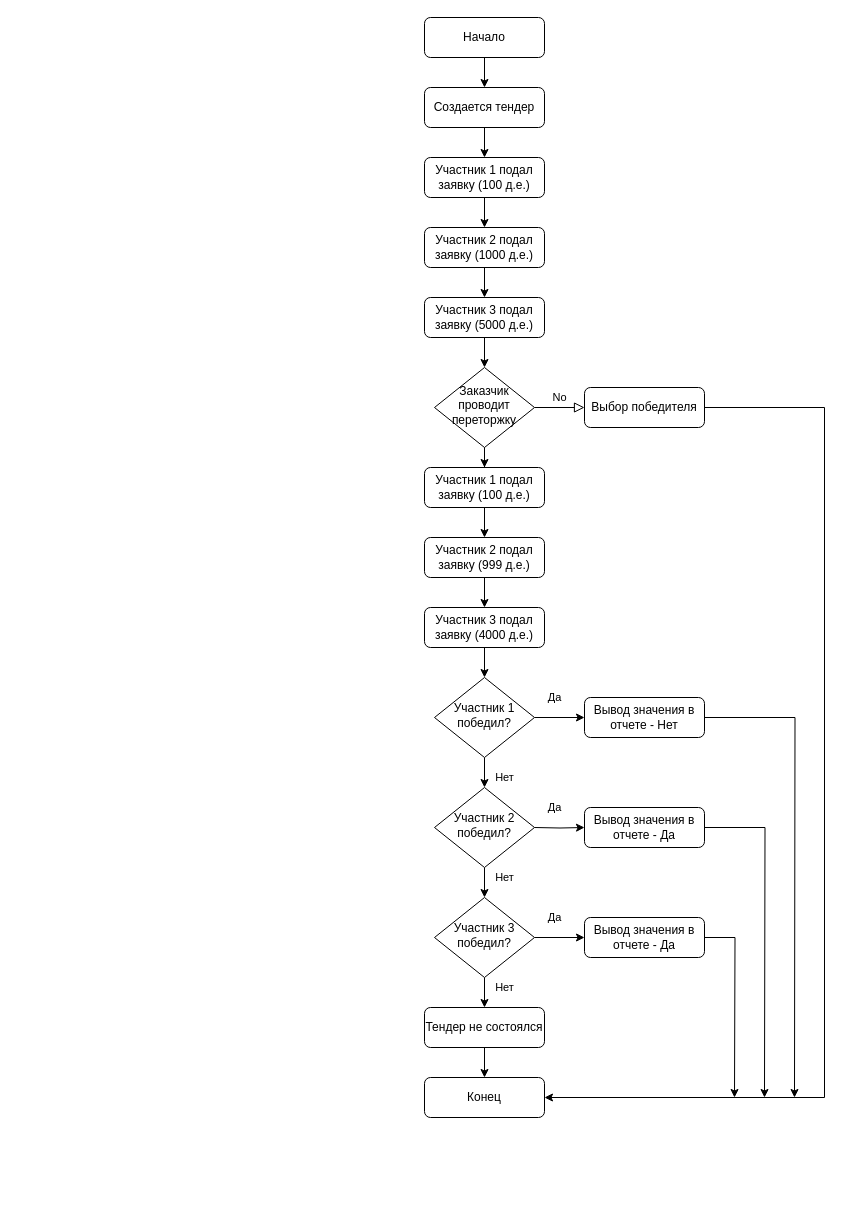
The draw.io diagram Отчет с не наименьшей ценой.drawio in ru1svasin/ru1svasin, before the edit. Source tidied: cells renumbered, new cells numbered last; positions are measured from the earlier drawing's top-left corner, leaving out a move shared by most shapes. Both pictures are drawn from the tidied source at 100%, with x=0, y=0 at pixel (424, 17).
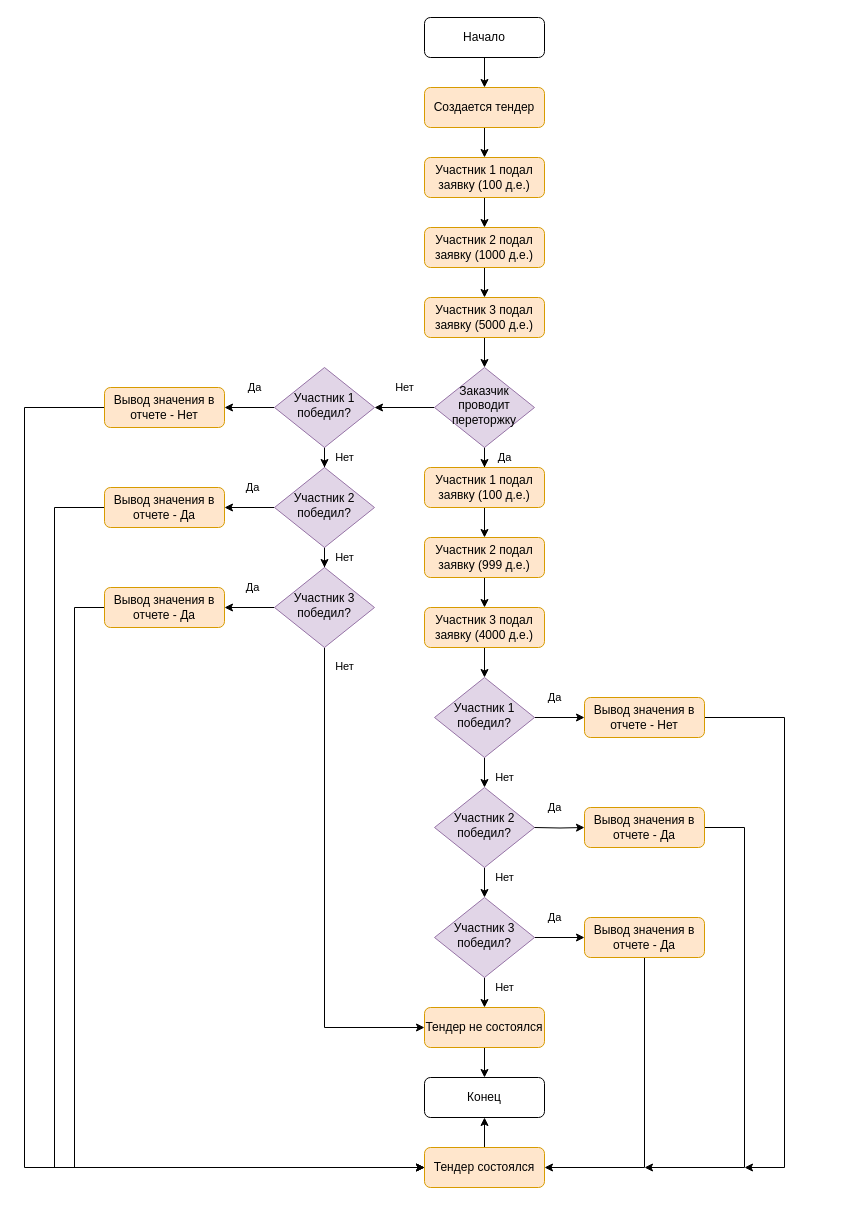
Above is the later version.

Commit message:
Обновление Отчет победитель с не наименьшей ценой.drawio

Unchanged cells that the change refers to:
```xml
<mxCell id="12" value="Конец" style="rounded=1;whiteSpace=wrap;html=1;fontSize=12;glass=0;strokeWidth=1;shadow=0;" parent="1" vertex="1">
  <mxGeometry y="1060" width="120" height="40" as="geometry" />
</mxCell>
```

Change to the diagram source:
```diff
@@
-    <mxCell id="4" value="No" style="edgeStyle=orthogonalEdgeStyle;rounded=0;html=1;jettySize=auto;fontSize=11;endArrow=block;endFill=0;endSize=8;strokeWidth=1;shadow=0;labelBackgroundColor=none;" parent="1" edge="1" source="6" target="8">
-      <mxGeometry y="10" relative="1" as="geometry" />
-    </mxCell>
-    <mxCell id="5" style="edgeStyle=orthogonalEdgeStyle;rounded=0;jettySize=auto;html=1;entryX=0.5;entryY=0;entryDx=0;entryDy=0;" parent="1" edge="1" source="6" target="24">
-      <mxGeometry relative="1" as="geometry" />
+    <mxCell id="5" value="Да" style="edgeStyle=orthogonalEdgeStyle;rounded=0;jettySize=auto;html=1;entryX=0.5;entryY=0;entryDx=0;entryDy=0;" parent="1" edge="1" source="6" target="24">
+      <mxGeometry x="0.67" y="20" relative="1" as="geometry" />
     </mxCell>
+    <mxCell id="41" value="Нет" style="edgeStyle=orthogonalEdgeStyle;rounded=0;jettySize=auto;html=1;entryX=1;entryY=0.5;entryDx=0;entryDy=0;" parent="1" edge="1" source="6" target="46">
+      <mxGeometry y="-20" relative="1" as="geometry" />
+    </mxCell>
-    <mxCell id="6" value="Заказчик проводит переторжку" style="rhombus;whiteSpace=wrap;html=1;shadow=0;fontFamily=Helvetica;fontSize=12;align=center;strokeWidth=1;spacing=6;spacingTop=-4;" parent="1" vertex="1">
+    <mxCell id="6" value="Заказчик проводит переторжку" style="rhombus;whiteSpace=wrap;html=1;shadow=0;fontFamily=Helvetica;fontSize=12;align=center;strokeWidth=1;spacing=6;spacingTop=-4;fillColor=#e1d5e7;strokeColor=#9673a6;" parent="1" vertex="1">
       <mxGeometry x="10" y="350" width="100" height="80" as="geometry" />
     </mxCell>
-    <mxCell id="7" style="edgeStyle=orthogonalEdgeStyle;rounded=0;jettySize=auto;html=1;entryX=1;entryY=0.5;entryDx=0;entryDy=0;" parent="1" edge="1" source="8" target="12">
-      <mxGeometry relative="1" as="geometry">
-        <Array as="points">
-          <mxPoint x="400" y="390" />
-          <mxPoint x="400" y="1080" />
-        </Array>
-      </mxGeometry>
-    </mxCell>
-    <mxCell id="8" value="Выбор победителя" style="rounded=1;whiteSpace=wrap;html=1;fontSize=12;glass=0;strokeWidth=1;shadow=0;" parent="1" vertex="1">
-      <mxGeometry x="160" y="370" width="120" height="40" as="geometry" />
-    </mxCell>
@@
-    <mxCell id="11" value="Участник 3 победил?" style="rhombus;whiteSpace=wrap;html=1;shadow=0;fontFamily=Helvetica;fontSize=12;align=center;strokeWidth=1;spacing=6;spacingTop=-4;" parent="1" vertex="1">
+    <mxCell id="11" value="Участник 3 победил?" style="rhombus;whiteSpace=wrap;html=1;shadow=0;fontFamily=Helvetica;fontSize=12;align=center;strokeWidth=1;spacing=6;spacingTop=-4;fillColor=#e1d5e7;strokeColor=#9673a6;" parent="1" vertex="1">
       <mxGeometry x="10" y="880" width="100" height="80" as="geometry" />
     </mxCell>
@@
-    <mxCell id="13" style="edgeStyle=orthogonalEdgeStyle;rounded=0;jettySize=auto;html=1;" parent="1" edge="1" source="14">
+    <mxCell id="13" style="edgeStyle=orthogonalEdgeStyle;rounded=0;jettySize=auto;html=1;entryX=1;entryY=0.5;entryDx=0;entryDy=0;" parent="1" edge="1" source="14" target="43">
       <mxGeometry relative="1" as="geometry">
-        <mxPoint x="310" y="1080" as="targetPoint" />
+        <Array as="points">
+          <mxPoint x="220" y="1150" />
+        </Array>
       </mxGeometry>
     </mxCell>
-    <mxCell id="14" value="Вывод значения в отчете - Да" style="rounded=1;whiteSpace=wrap;html=1;fontSize=12;glass=0;strokeWidth=1;shadow=0;" parent="1" vertex="1">
+    <mxCell id="14" value="Вывод значения в отчете - Да" style="rounded=1;whiteSpace=wrap;html=1;fontSize=12;glass=0;strokeWidth=1;shadow=0;fillColor=#ffe6cc;strokeColor=#d79b00;" parent="1" vertex="1">
       <mxGeometry x="160" y="900" width="120" height="40" as="geometry" />
     </mxCell>
@@
-    <mxCell id="16" value="Создается тендер" style="rounded=1;whiteSpace=wrap;html=1;fontSize=12;glass=0;strokeWidth=1;shadow=0;" parent="1" vertex="1">
+    <mxCell id="16" value="Создается тендер" style="rounded=1;whiteSpace=wrap;html=1;fontSize=12;glass=0;strokeWidth=1;shadow=0;fillColor=#ffe6cc;strokeColor=#d79b00;" parent="1" vertex="1">
       <mxGeometry y="70" width="120" height="40" as="geometry" />
     </mxCell>
@@
-    <mxCell id="18" value="Участник 1 подал заявку (100 д.е.)" style="rounded=1;whiteSpace=wrap;html=1;fontSize=12;glass=0;strokeWidth=1;shadow=0;" parent="1" vertex="1">
+    <mxCell id="18" value="Участник 1 подал заявку (100 д.е.)" style="rounded=1;whiteSpace=wrap;html=1;fontSize=12;glass=0;strokeWidth=1;shadow=0;fillColor=#ffe6cc;strokeColor=#d79b00;" parent="1" vertex="1">
       <mxGeometry y="140" width="120" height="40" as="geometry" />
     </mxCell>
@@
-    <mxCell id="20" value="Участник 2 подал заявку (1000 д.е.)" style="rounded=1;whiteSpace=wrap;html=1;fontSize=12;glass=0;strokeWidth=1;shadow=0;" parent="1" vertex="1">
+    <mxCell id="20" value="Участник 2 подал заявку (1000 д.е.)" style="rounded=1;whiteSpace=wrap;html=1;fontSize=12;glass=0;strokeWidth=1;shadow=0;fillColor=#ffe6cc;strokeColor=#d79b00;" parent="1" vertex="1">
       <mxGeometry y="210" width="120" height="40" as="geometry" />
     </mxCell>
@@
-    <mxCell id="22" value="Участник 3 подал заявку (5000 д.е.)" style="rounded=1;whiteSpace=wrap;html=1;fontSize=12;glass=0;strokeWidth=1;shadow=0;" parent="1" vertex="1">
+    <mxCell id="22" value="Участник 3 подал заявку (5000 д.е.)" style="rounded=1;whiteSpace=wrap;html=1;fontSize=12;glass=0;strokeWidth=1;shadow=0;fillColor=#ffe6cc;strokeColor=#d79b00;" parent="1" vertex="1">
       <mxGeometry y="280" width="120" height="40" as="geometry" />
     </mxCell>
@@
-    <mxCell id="24" value="Участник 1 подал заявку (100 д.е.)" style="rounded=1;whiteSpace=wrap;html=1;fontSize=12;glass=0;strokeWidth=1;shadow=0;" parent="1" vertex="1">
+    <mxCell id="24" value="Участник 1 подал заявку (100 д.е.)" style="rounded=1;whiteSpace=wrap;html=1;fontSize=12;glass=0;strokeWidth=1;shadow=0;fillColor=#ffe6cc;strokeColor=#d79b00;" parent="1" vertex="1">
       <mxGeometry y="450" width="120" height="40" as="geometry" />
     </mxCell>
@@
-    <mxCell id="26" value="Участник 2 подал заявку (999 д.е.)" style="rounded=1;whiteSpace=wrap;html=1;fontSize=12;glass=0;strokeWidth=1;shadow=0;" parent="1" vertex="1">
+    <mxCell id="26" value="Участник 2 подал заявку (999 д.е.)" style="rounded=1;whiteSpace=wrap;html=1;fontSize=12;glass=0;strokeWidth=1;shadow=0;fillColor=#ffe6cc;strokeColor=#d79b00;" parent="1" vertex="1">
       <mxGeometry y="520" width="120" height="40" as="geometry" />
     </mxCell>
@@
-    <mxCell id="28" value="Участник 3 подал заявку (4000 д.е.)" style="rounded=1;whiteSpace=wrap;html=1;fontSize=12;glass=0;strokeWidth=1;shadow=0;" parent="1" vertex="1">
+    <mxCell id="28" value="Участник 3 подал заявку (4000 д.е.)" style="rounded=1;whiteSpace=wrap;html=1;fontSize=12;glass=0;strokeWidth=1;shadow=0;fillColor=#ffe6cc;strokeColor=#d79b00;" parent="1" vertex="1">
       <mxGeometry y="590" width="120" height="40" as="geometry" />
     </mxCell>
@@
-    <mxCell id="31" value="Участник 1 победил?" style="rhombus;whiteSpace=wrap;html=1;shadow=0;fontFamily=Helvetica;fontSize=12;align=center;strokeWidth=1;spacing=6;spacingTop=-4;" parent="1" vertex="1">
+    <mxCell id="31" value="Участник 1 победил?" style="rhombus;whiteSpace=wrap;html=1;shadow=0;fontFamily=Helvetica;fontSize=12;align=center;strokeWidth=1;spacing=6;spacingTop=-4;fillColor=#e1d5e7;strokeColor=#9673a6;" parent="1" vertex="1">
       <mxGeometry x="10" y="660" width="100" height="80" as="geometry" />
     </mxCell>
@@
-    <mxCell id="33" value="Участник 2 победил?" style="rhombus;whiteSpace=wrap;html=1;shadow=0;fontFamily=Helvetica;fontSize=12;align=center;strokeWidth=1;spacing=6;spacingTop=-4;" parent="1" vertex="1">
+    <mxCell id="33" value="Участник 2 победил?" style="rhombus;whiteSpace=wrap;html=1;shadow=0;fontFamily=Helvetica;fontSize=12;align=center;strokeWidth=1;spacing=6;spacingTop=-4;fillColor=#e1d5e7;strokeColor=#9673a6;" parent="1" vertex="1">
       <mxGeometry x="10" y="770" width="100" height="80" as="geometry" />
     </mxCell>
     <mxCell id="34" style="edgeStyle=orthogonalEdgeStyle;rounded=0;jettySize=auto;html=1;" parent="1" edge="1" source="35">
       <mxGeometry relative="1" as="geometry">
-        <mxPoint x="370" y="1080" as="targetPoint" />
+        <mxPoint x="320" y="1150" as="targetPoint" />
+        <Array as="points">
+          <mxPoint x="360" y="700" />
+          <mxPoint x="360" y="1150" />
+        </Array>
       </mxGeometry>
     </mxCell>
-    <mxCell id="35" value="Вывод значения в отчете - Нет" style="rounded=1;whiteSpace=wrap;html=1;fontSize=12;glass=0;strokeWidth=1;shadow=0;" parent="1" vertex="1">
+    <mxCell id="35" value="Вывод значения в отчете - Нет" style="rounded=1;whiteSpace=wrap;html=1;fontSize=12;glass=0;strokeWidth=1;shadow=0;fillColor=#ffe6cc;strokeColor=#d79b00;" parent="1" vertex="1">
       <mxGeometry x="160" y="680" width="120" height="40" as="geometry" />
     </mxCell>
@@
     <mxCell id="37" style="edgeStyle=orthogonalEdgeStyle;rounded=0;jettySize=auto;html=1;" parent="1" edge="1" source="38">
       <mxGeometry relative="1" as="geometry">
-        <mxPoint x="340" y="1080" as="targetPoint" />
+        <mxPoint x="220" y="1150" as="targetPoint" />
+        <Array as="points">
+          <mxPoint x="320" y="810" />
+          <mxPoint x="320" y="1150" />
+        </Array>
       </mxGeometry>
     </mxCell>
-    <mxCell id="38" value="Вывод значения в отчете - Да" style="rounded=1;whiteSpace=wrap;html=1;fontSize=12;glass=0;strokeWidth=1;shadow=0;" parent="1" vertex="1">
+    <mxCell id="38" value="Вывод значения в отчете - Да" style="rounded=1;whiteSpace=wrap;html=1;fontSize=12;glass=0;strokeWidth=1;shadow=0;fillColor=#ffe6cc;strokeColor=#d79b00;" parent="1" vertex="1">
       <mxGeometry x="160" y="790" width="120" height="40" as="geometry" />
     </mxCell>
@@
-    <mxCell id="40" value="Тендер не состоялся" style="rounded=1;whiteSpace=wrap;html=1;fontSize=12;glass=0;strokeWidth=1;shadow=0;" parent="1" vertex="1">
+    <mxCell id="40" value="Тендер не состоялся" style="rounded=1;whiteSpace=wrap;html=1;fontSize=12;glass=0;strokeWidth=1;shadow=0;fillColor=#ffe6cc;strokeColor=#d79b00;" parent="1" vertex="1">
       <mxGeometry y="990" width="120" height="40" as="geometry" />
     </mxCell>
+    <mxCell id="42" style="edgeStyle=orthogonalEdgeStyle;rounded=0;jettySize=auto;html=1;entryX=0.5;entryY=1;entryDx=0;entryDy=0;" parent="1" edge="1" source="43" target="12">
+      <mxGeometry relative="1" as="geometry" />
+    </mxCell>
+    <mxCell id="43" value="Тендер состоялся" style="rounded=1;whiteSpace=wrap;html=1;fontSize=12;glass=0;strokeWidth=1;shadow=0;fillColor=#ffe6cc;strokeColor=#d79b00;" parent="1" vertex="1">
+      <mxGeometry y="1130" width="120" height="40" as="geometry" />
+    </mxCell>
+    <mxCell id="44" value="Нет" style="edgeStyle=orthogonalEdgeStyle;rounded=0;jettySize=auto;html=1;entryX=0.5;entryY=0;entryDx=0;entryDy=0;" parent="1" edge="1" source="46" target="49">
+      <mxGeometry x="0.67" y="20" relative="1" as="geometry" />
+    </mxCell>
+    <mxCell id="45" value="Да" style="edgeStyle=orthogonalEdgeStyle;rounded=0;jettySize=auto;html=1;entryX=1;entryY=0.5;entryDx=0;entryDy=0;" parent="1" edge="1" source="46" target="56">
+      <mxGeometry x="-0.2" y="-20" relative="1" as="geometry" />
+    </mxCell>
+    <mxCell id="46" value="Участник 1 победил?" style="rhombus;whiteSpace=wrap;html=1;shadow=0;fontFamily=Helvetica;fontSize=12;align=center;strokeWidth=1;spacing=6;spacingTop=-4;fillColor=#e1d5e7;strokeColor=#9673a6;" parent="1" vertex="1">
+      <mxGeometry x="-150" y="350" width="100" height="80" as="geometry" />
+    </mxCell>
+    <mxCell id="47" value="Нет" style="edgeStyle=orthogonalEdgeStyle;rounded=0;jettySize=auto;html=1;entryX=0.5;entryY=0;entryDx=0;entryDy=0;" parent="1" edge="1" source="49" target="52">
+      <mxGeometry x="0.67" y="20" relative="1" as="geometry" />
+    </mxCell>
+    <mxCell id="48" value="Да" style="edgeStyle=orthogonalEdgeStyle;rounded=0;jettySize=auto;html=1;entryX=1;entryY=0.5;entryDx=0;entryDy=0;" parent="1" edge="1" source="49" target="58">
+      <mxGeometry x="-0.14" y="-20" relative="1" as="geometry" />
+    </mxCell>
+    <mxCell id="49" value="Участник 2 победил?" style="rhombus;whiteSpace=wrap;html=1;shadow=0;fontFamily=Helvetica;fontSize=12;align=center;strokeWidth=1;spacing=6;spacingTop=-4;fillColor=#e1d5e7;strokeColor=#9673a6;" parent="1" vertex="1">
+      <mxGeometry x="-150" y="450" width="100" height="80" as="geometry" />
+    </mxCell>
+    <mxCell id="50" value="Нет" style="edgeStyle=orthogonalEdgeStyle;rounded=0;jettySize=auto;html=1;entryX=0;entryY=0.5;entryDx=0;entryDy=0;" parent="1" edge="1" source="52" target="40">
+      <mxGeometry x="-0.92" y="20" relative="1" as="geometry">
+        <Array as="points">
+          <mxPoint x="-100" y="1010" />
+        </Array>
+      </mxGeometry>
+    </mxCell>
+    <mxCell id="51" value="Да" style="edgeStyle=orthogonalEdgeStyle;rounded=0;jettySize=auto;html=1;entryX=1;entryY=0.5;entryDx=0;entryDy=0;" parent="1" edge="1" source="52" target="54">
+      <mxGeometry x="-0.14" y="-20" relative="1" as="geometry" />
+    </mxCell>
+    <mxCell id="52" value="Участник 3 победил?" style="rhombus;whiteSpace=wrap;html=1;shadow=0;fontFamily=Helvetica;fontSize=12;align=center;strokeWidth=1;spacing=6;spacingTop=-4;fillColor=#e1d5e7;strokeColor=#9673a6;" parent="1" vertex="1">
+      <mxGeometry x="-150" y="550" width="100" height="80" as="geometry" />
+    </mxCell>
+    <mxCell id="53" style="edgeStyle=orthogonalEdgeStyle;rounded=0;jettySize=auto;html=1;entryX=0;entryY=0.5;entryDx=0;entryDy=0;" parent="1" edge="1" source="54" target="43">
+      <mxGeometry relative="1" as="geometry">
+        <Array as="points">
+          <mxPoint x="-350" y="590" />
+          <mxPoint x="-350" y="1150" />
+        </Array>
+      </mxGeometry>
+    </mxCell>
+    <mxCell id="54" value="Вывод значения в отчете - Да" style="rounded=1;whiteSpace=wrap;html=1;fontSize=12;glass=0;strokeWidth=1;shadow=0;fillColor=#ffe6cc;strokeColor=#d79b00;" parent="1" vertex="1">
+      <mxGeometry x="-320" y="570" width="120" height="40" as="geometry" />
+    </mxCell>
+    <mxCell id="55" style="edgeStyle=orthogonalEdgeStyle;rounded=0;jettySize=auto;html=1;entryX=0;entryY=0.5;entryDx=0;entryDy=0;" parent="1" edge="1" source="56" target="43">
+      <mxGeometry relative="1" as="geometry">
+        <Array as="points">
+          <mxPoint x="-400" y="390" />
+          <mxPoint x="-400" y="1150" />
+        </Array>
+      </mxGeometry>
+    </mxCell>
+    <mxCell id="56" value="Вывод значения в отчете - Нет" style="rounded=1;whiteSpace=wrap;html=1;fontSize=12;glass=0;strokeWidth=1;shadow=0;fillColor=#ffe6cc;strokeColor=#d79b00;" parent="1" vertex="1">
+      <mxGeometry x="-320" y="370" width="120" height="40" as="geometry" />
+    </mxCell>
+    <mxCell id="57" style="edgeStyle=orthogonalEdgeStyle;rounded=0;jettySize=auto;html=1;entryX=0;entryY=0.5;entryDx=0;entryDy=0;" parent="1" edge="1" source="58" target="43">
+      <mxGeometry relative="1" as="geometry">
+        <Array as="points">
+          <mxPoint x="-370" y="490" />
+          <mxPoint x="-370" y="1150" />
+        </Array>
+      </mxGeometry>
+    </mxCell>
+    <mxCell id="58" value="Вывод значения в отчете - Да" style="rounded=1;whiteSpace=wrap;html=1;fontSize=12;glass=0;strokeWidth=1;shadow=0;fillColor=#ffe6cc;strokeColor=#d79b00;" parent="1" vertex="1">
+      <mxGeometry x="-320" y="470" width="120" height="40" as="geometry" />
+    </mxCell>
```
